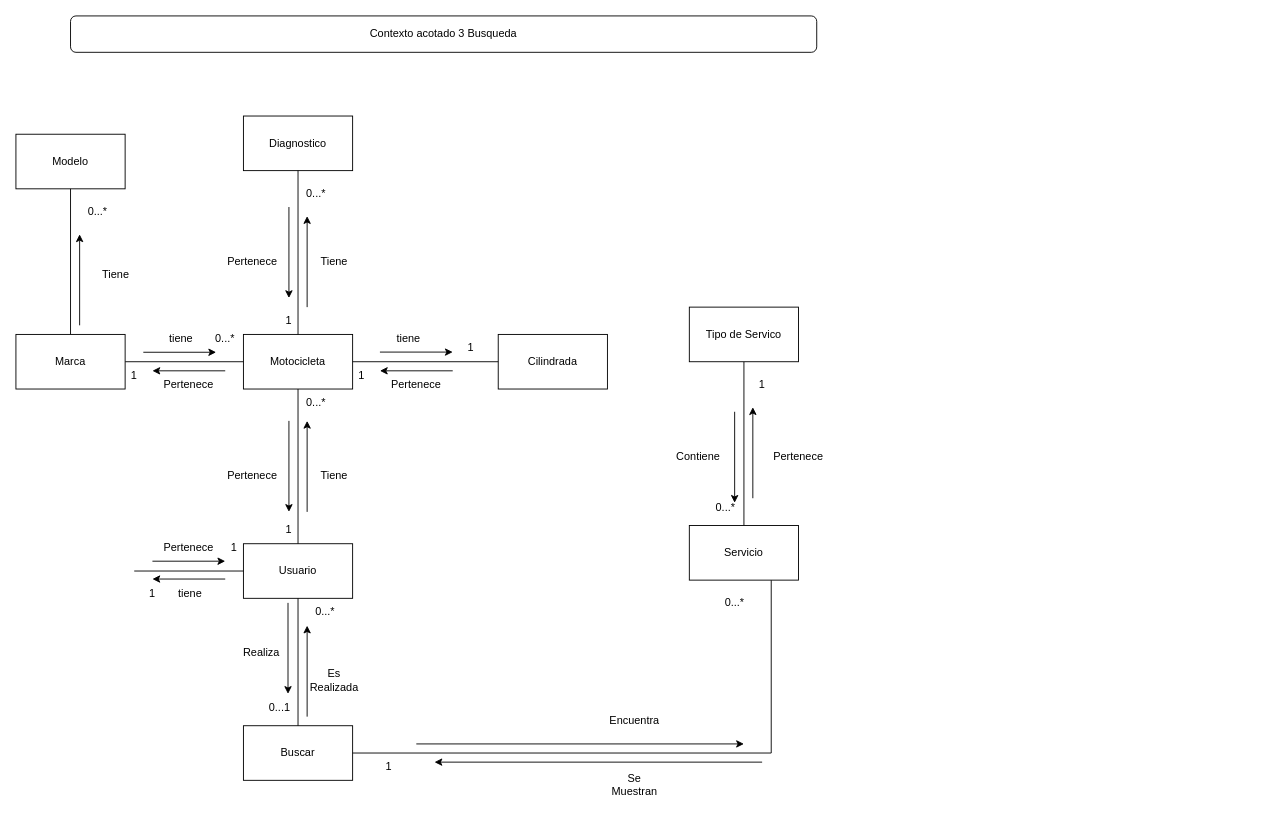
The draw.io diagram contexto acotado 3.drawio in EstebanGitPro/Digramas, before the edit. Source tidied: cells renumbered, new cells numbered last; positions are measured from the earlier drawing's top-left corner, leaving out a move shared by most shapes. Both pictures are drawn from the tidied source at 91%, with x=0, y=0 at pixel (15, 15).
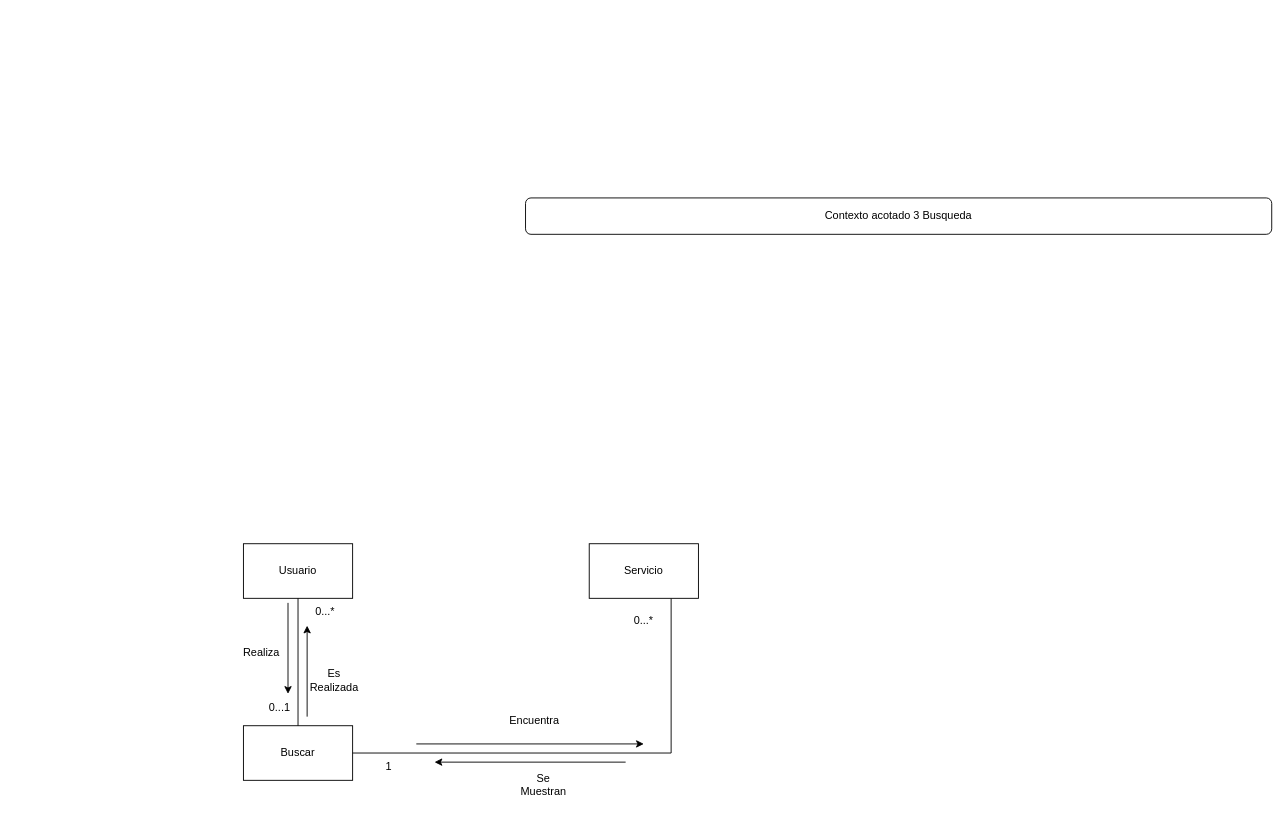
The same page after the edit.

The change refers to these unchanged cells:
```xml
<mxCell id="4" value="Usuario" style="rounded=0;whiteSpace=wrap;html=1;" parent="1" vertex="1">
  <mxGeometry x="250" y="580" width="120" height="60" as="geometry" />
</mxCell>
<mxCell id="5" value="Buscar" style="rounded=0;whiteSpace=wrap;html=1;" parent="1" vertex="1">
  <mxGeometry x="250" y="780" width="120" height="60" as="geometry" />
</mxCell>
```

Change to the diagram source:
```diff
@@
-    <mxCell id="2" value="Motocicleta" style="rounded=0;whiteSpace=wrap;html=1;" parent="1" vertex="1">
-      <mxGeometry x="250" y="350" width="120" height="60" as="geometry" />
-    </mxCell>
-    <mxCell id="3" value="Diagnostico" style="rounded=0;whiteSpace=wrap;html=1;" parent="1" vertex="1">
-      <mxGeometry x="250" y="110" width="120" height="60" as="geometry" />
-    </mxCell>
@@
-    <mxCell id="6" style="endArrow=none;html=1;rounded=0;entryX=0;entryY=0.5;entryDx=0;entryDy=0;exitX=1;exitY=0.5;exitDx=0;exitDy=0;" parent="1" edge="1" target="2">
-      <mxGeometry relative="1" as="geometry">
-        <mxPoint x="120" y="380" as="sourcePoint" />
-      </mxGeometry>
-    </mxCell>
-    <mxCell id="7" style="endArrow=none;html=1;rounded=0;entryX=0.5;entryY=1;entryDx=0;entryDy=0;exitX=0.5;exitY=0;exitDx=0;exitDy=0;" parent="1" edge="1" source="2" target="3">
-      <mxGeometry relative="1" as="geometry" />
-    </mxCell>
-    <mxCell id="8" style="endArrow=none;html=1;rounded=0;entryX=0.5;entryY=1;entryDx=0;entryDy=0;exitX=0.5;exitY=0;exitDx=0;exitDy=0;" parent="1" edge="1" source="4" target="2">
-      <mxGeometry relative="1" as="geometry" />
-    </mxCell>
@@
     <mxCell id="10" style="endArrow=none;html=1;rounded=0;exitX=1;exitY=0.5;exitDx=0;exitDy=0;entryX=0.75;entryY=1;entryDx=0;entryDy=0;" parent="1" edge="1" source="5" target="39">
       <mxGeometry relative="1" as="geometry">
         <Array as="points">
-          <mxPoint x="830" y="810" />
+          <mxPoint x="720" y="810" />
         </Array>
       </mxGeometry>
     </mxCell>
-    <mxCell id="11" style="endArrow=none;html=1;rounded=0;entryX=0.5;entryY=1;entryDx=0;entryDy=0;" parent="1" edge="1">
-      <mxGeometry relative="1" as="geometry">
-        <mxPoint x="800" y="560" as="sourcePoint" />
-        <mxPoint x="800" y="380" as="targetPoint" />
-      </mxGeometry>
-    </mxCell>
-    <mxCell id="12" style="endArrow=classic;html=1;rounded=0;" parent="1" edge="1">
-      <mxGeometry relative="1" as="geometry">
-        <mxPoint x="140" y="369.6" as="sourcePoint" />
-        <mxPoint x="220" y="369.6" as="targetPoint" />
-      </mxGeometry>
-    </mxCell>
-    <mxCell id="13" style="endArrow=classic;html=1;rounded=0;" parent="1" edge="1">
-      <mxGeometry relative="1" as="geometry">
-        <mxPoint x="230" y="390" as="sourcePoint" />
-        <mxPoint x="150" y="390" as="targetPoint" />
-      </mxGeometry>
-    </mxCell>
-    <mxCell id="14" value="Pertenece" style="text;html=1;align=center;verticalAlign=middle;whiteSpace=wrap;rounded=0;" parent="1" vertex="1">
-      <mxGeometry x="160" y="390" width="60" height="30" as="geometry" />
-    </mxCell>
-    <mxCell id="15" value="&amp;nbsp;tiene" style="text;html=1;align=center;verticalAlign=middle;whiteSpace=wrap;rounded=0;" parent="1" vertex="1">
-      <mxGeometry x="150" y="340" width="60" height="30" as="geometry" />
-    </mxCell>
-    <mxCell id="16" value="0...*" style="text;html=1;align=center;verticalAlign=middle;whiteSpace=wrap;rounded=0;" parent="1" vertex="1">
-      <mxGeometry x="200" y="340" width="60" height="30" as="geometry" />
-    </mxCell>
-    <mxCell id="17" value="1" style="text;html=1;align=center;verticalAlign=middle;whiteSpace=wrap;rounded=0;" parent="1" vertex="1">
-      <mxGeometry x="100" y="380" width="60" height="30" as="geometry" />
-    </mxCell>
-    <mxCell id="18" value="Tiene" style="text;html=1;align=center;verticalAlign=middle;whiteSpace=wrap;rounded=0;" parent="1" vertex="1">
-      <mxGeometry x="320" y="490" width="60" height="30" as="geometry" />
-    </mxCell>
-    <mxCell id="19" style="endArrow=classic;html=1;rounded=0;" parent="1" edge="1">
-      <mxGeometry relative="1" as="geometry">
-        <mxPoint x="809.8" y="530" as="sourcePoint" />
-        <mxPoint x="809.8" y="430" as="targetPoint" />
-      </mxGeometry>
-    </mxCell>
-    <mxCell id="20" style="endArrow=classic;html=1;rounded=0;" parent="1" edge="1">
-      <mxGeometry relative="1" as="geometry">
-        <mxPoint x="789.8" y="435" as="sourcePoint" />
-        <mxPoint x="789.8" y="535" as="targetPoint" />
-      </mxGeometry>
-    </mxCell>
-    <mxCell id="21" value="0...*" style="text;html=1;align=center;verticalAlign=middle;whiteSpace=wrap;rounded=0;" parent="1" vertex="1">
-      <mxGeometry x="300" y="180" width="60" height="30" as="geometry" />
-    </mxCell>
-    <mxCell id="22" value="1" style="text;html=1;align=center;verticalAlign=middle;whiteSpace=wrap;rounded=0;" parent="1" vertex="1">
-      <mxGeometry x="270" y="320" width="60" height="30" as="geometry" />
-    </mxCell>
-    <mxCell id="23" style="endArrow=classic;html=1;rounded=0;" parent="1" edge="1">
-      <mxGeometry relative="1" as="geometry">
-        <mxPoint x="320" y="545" as="sourcePoint" />
-        <mxPoint x="320" y="445" as="targetPoint" />
-      </mxGeometry>
-    </mxCell>
-    <mxCell id="24" style="endArrow=classic;html=1;rounded=0;" parent="1" edge="1">
-      <mxGeometry relative="1" as="geometry">
-        <mxPoint x="300" y="445" as="sourcePoint" />
-        <mxPoint x="300" y="545" as="targetPoint" />
-      </mxGeometry>
-    </mxCell>
-    <mxCell id="25" value="0...*" style="text;html=1;align=center;verticalAlign=middle;whiteSpace=wrap;rounded=0;" parent="1" vertex="1">
-      <mxGeometry x="300" y="410" width="60" height="30" as="geometry" />
-    </mxCell>
-    <mxCell id="26" value="Pertenece" style="text;html=1;align=center;verticalAlign=middle;whiteSpace=wrap;rounded=0;" parent="1" vertex="1">
-      <mxGeometry x="230" y="490" width="60" height="30" as="geometry" />
-    </mxCell>
-    <mxCell id="27" value="1" style="text;html=1;align=center;verticalAlign=middle;whiteSpace=wrap;rounded=0;" parent="1" vertex="1">
-      <mxGeometry x="270" y="550" width="60" height="30" as="geometry" />
-    </mxCell>
-    <mxCell id="28" value="0...*" style="text;html=1;align=center;verticalAlign=middle;whiteSpace=wrap;rounded=0;" parent="1" vertex="1">
-      <mxGeometry x="60" y="200" width="60" height="30" as="geometry" />
-    </mxCell>
     <mxCell id="29" value="Se Muestran" style="text;html=1;align=center;verticalAlign=middle;whiteSpace=wrap;rounded=0;" parent="1" vertex="1">
-      <mxGeometry x="650" y="830" width="60" height="30" as="geometry" />
+      <mxGeometry x="550" y="830" width="60" height="30" as="geometry" />
     </mxCell>
     <mxCell id="30" value="Encuentra" style="text;html=1;align=center;verticalAlign=middle;whiteSpace=wrap;rounded=0;" parent="1" vertex="1">
-      <mxGeometry x="650" y="760" width="60" height="30" as="geometry" />
+      <mxGeometry x="540" y="760" width="60" height="30" as="geometry" />
     </mxCell>
     <mxCell id="31" style="endArrow=classic;html=1;rounded=0;" parent="1" edge="1">
       <mxGeometry relative="1" as="geometry">
         <mxPoint x="440" y="800" as="sourcePoint" />
-        <mxPoint x="800" y="800" as="targetPoint" />
+        <mxPoint x="690" y="800" as="targetPoint" />
       </mxGeometry>
     </mxCell>
     <mxCell id="32" style="endArrow=classic;html=1;rounded=0;" parent="1" edge="1">
       <mxGeometry relative="1" as="geometry">
-        <mxPoint x="820" y="820" as="sourcePoint" />
+        <mxPoint x="670" y="820" as="sourcePoint" />
         <mxPoint x="460" y="820" as="targetPoint" />
       </mxGeometry>
     </mxCell>
@@
     <mxCell id="39" value="Servicio" style="rounded=0;whiteSpace=wrap;html=1;" parent="1" vertex="1">
-      <mxGeometry x="740" y="560" width="120" height="60" as="geometry" />
+      <mxGeometry x="630" y="580" width="120" height="60" as="geometry" />
     </mxCell>
-    <mxCell id="40" value="Tipo de Servico" style="rounded=0;whiteSpace=wrap;html=1;" parent="1" vertex="1">
-      <mxGeometry x="740" y="320" width="120" height="60" as="geometry" />
-    </mxCell>
     <mxCell id="41" value="0...*" style="text;html=1;align=center;verticalAlign=middle;whiteSpace=wrap;rounded=0;" parent="1" vertex="1">
-      <mxGeometry x="760" y="630" width="60" height="30" as="geometry" />
+      <mxGeometry x="660" y="650" width="60" height="30" as="geometry" />
     </mxCell>
@@
-    <mxCell id="43" value="Pertenece" style="text;html=1;align=center;verticalAlign=middle;whiteSpace=wrap;rounded=0;" parent="1" vertex="1">
-      <mxGeometry x="830" y="470" width="60" height="30" as="geometry" />
-    </mxCell>
-    <mxCell id="44" value="&lt;div&gt;Contiene&lt;/div&gt;" style="text;html=1;align=center;verticalAlign=middle;whiteSpace=wrap;rounded=0;" parent="1" vertex="1">
-      <mxGeometry x="720" y="470" width="60" height="30" as="geometry" />
-    </mxCell>
-    <mxCell id="45" value="0...*" style="text;html=1;align=center;verticalAlign=middle;whiteSpace=wrap;rounded=0;" parent="1" vertex="1">
-      <mxGeometry x="750" y="530" width="60" height="20" as="geometry" />
-    </mxCell>
-    <mxCell id="46" value="1" style="text;html=1;align=center;verticalAlign=middle;whiteSpace=wrap;rounded=0;" parent="1" vertex="1">
-      <mxGeometry x="790" y="390" width="60" height="30" as="geometry" />
-    </mxCell>
-    <mxCell id="47" value="Tiene" style="text;html=1;align=center;verticalAlign=middle;whiteSpace=wrap;rounded=0;" parent="1" vertex="1">
-      <mxGeometry x="80" y="270" width="60" height="30" as="geometry" />
-    </mxCell>
-    <mxCell id="48" style="endArrow=classic;html=1;rounded=0;" parent="1" edge="1">
-      <mxGeometry relative="1" as="geometry">
-        <mxPoint x="70" y="340" as="sourcePoint" />
-        <mxPoint x="70" y="240" as="targetPoint" />
-      </mxGeometry>
-    </mxCell>
-    <mxCell id="49" value="1" style="text;html=1;align=center;verticalAlign=middle;whiteSpace=wrap;rounded=0;" parent="1" vertex="1">
-      <mxGeometry x="470" y="350" width="60" height="30" as="geometry" />
-    </mxCell>
-    <mxCell id="50" value="Pertenece" style="text;html=1;align=center;verticalAlign=middle;whiteSpace=wrap;rounded=0;" parent="1" vertex="1">
-      <mxGeometry x="410" y="390" width="60" height="30" as="geometry" />
-    </mxCell>
-    <mxCell id="51" value="&amp;nbsp;tiene" style="text;html=1;align=center;verticalAlign=middle;whiteSpace=wrap;rounded=0;" parent="1" vertex="1">
-      <mxGeometry x="400" y="340" width="60" height="30" as="geometry" />
-    </mxCell>
-    <mxCell id="52" style="endArrow=classic;html=1;rounded=0;" parent="1" edge="1">
-      <mxGeometry relative="1" as="geometry">
-        <mxPoint x="400" y="369.4" as="sourcePoint" />
-        <mxPoint x="480" y="369.4" as="targetPoint" />
-      </mxGeometry>
-    </mxCell>
-    <mxCell id="53" style="endArrow=classic;html=1;rounded=0;" parent="1" edge="1">
-      <mxGeometry relative="1" as="geometry">
-        <mxPoint x="480" y="390" as="sourcePoint" />
-        <mxPoint x="400" y="390" as="targetPoint" />
-      </mxGeometry>
-    </mxCell>
-    <mxCell id="54" style="endArrow=none;html=1;rounded=0;entryX=0.5;entryY=1;entryDx=0;entryDy=0;exitX=0.5;exitY=0;exitDx=0;exitDy=0;" parent="1" edge="1">
-      <mxGeometry relative="1" as="geometry">
-        <mxPoint x="60" y="350" as="sourcePoint" />
-        <mxPoint x="60" y="185" as="targetPoint" />
-      </mxGeometry>
-    </mxCell>
-    <mxCell id="55" value="Tiene" style="text;html=1;align=center;verticalAlign=middle;whiteSpace=wrap;rounded=0;" parent="1" vertex="1">
-      <mxGeometry x="320" y="255" width="60" height="30" as="geometry" />
-    </mxCell>
-    <mxCell id="56" style="endArrow=classic;html=1;rounded=0;" parent="1" edge="1">
-      <mxGeometry relative="1" as="geometry">
-        <mxPoint x="320" y="320" as="sourcePoint" />
-        <mxPoint x="320" y="220" as="targetPoint" />
-      </mxGeometry>
-    </mxCell>
-    <mxCell id="57" style="endArrow=classic;html=1;rounded=0;" parent="1" edge="1">
-      <mxGeometry relative="1" as="geometry">
-        <mxPoint x="300" y="210" as="sourcePoint" />
-        <mxPoint x="300" y="310" as="targetPoint" />
-      </mxGeometry>
-    </mxCell>
-    <mxCell id="58" value="Pertenece" style="text;html=1;align=center;verticalAlign=middle;whiteSpace=wrap;rounded=0;" parent="1" vertex="1">
-      <mxGeometry x="230" y="255" width="60" height="30" as="geometry" />
-    </mxCell>
-    <mxCell id="59" value="Marca" style="rounded=0;whiteSpace=wrap;html=1;" parent="1" vertex="1">
-      <mxGeometry y="350" width="120" height="60" as="geometry" />
-    </mxCell>
-    <mxCell id="60" value="Modelo" style="rounded=0;whiteSpace=wrap;html=1;" parent="1" vertex="1">
-      <mxGeometry y="130" width="120" height="60" as="geometry" />
-    </mxCell>
-    <mxCell id="61" value="Cilindrada" style="rounded=0;whiteSpace=wrap;html=1;" parent="1" vertex="1">
-      <mxGeometry x="530" y="350" width="120" height="60" as="geometry" />
-    </mxCell>
-    <mxCell id="62" style="endArrow=none;html=1;rounded=0;entryX=1;entryY=1;entryDx=0;entryDy=0;exitX=1;exitY=0.5;exitDx=0;exitDy=0;" parent="1" edge="1" source="2" target="49">
-      <mxGeometry relative="1" as="geometry" />
-    </mxCell>
-    <mxCell id="63" value="1" style="text;html=1;align=center;verticalAlign=middle;whiteSpace=wrap;rounded=0;" parent="1" vertex="1">
-      <mxGeometry x="350" y="380" width="60" height="30" as="geometry" />
-    </mxCell>
-    <mxCell id="64" style="endArrow=none;html=1;rounded=0;entryX=0;entryY=0.5;entryDx=0;entryDy=0;exitX=1;exitY=0.5;exitDx=0;exitDy=0;" parent="1" edge="1" target="4">
-      <mxGeometry relative="1" as="geometry">
-        <mxPoint x="130" y="610" as="sourcePoint" />
-      </mxGeometry>
-    </mxCell>
-    <mxCell id="65" value="Pertenece" style="text;html=1;align=center;verticalAlign=middle;whiteSpace=wrap;rounded=0;" parent="1" vertex="1">
-      <mxGeometry x="160" y="570" width="60" height="30" as="geometry" />
-    </mxCell>
-    <mxCell id="66" value="&amp;nbsp;tiene" style="text;html=1;align=center;verticalAlign=middle;whiteSpace=wrap;rounded=0;" parent="1" vertex="1">
-      <mxGeometry x="160" y="620" width="60" height="30" as="geometry" />
-    </mxCell>
-    <mxCell id="67" style="endArrow=classic;html=1;rounded=0;" parent="1" edge="1">
-      <mxGeometry relative="1" as="geometry">
-        <mxPoint x="150" y="599.2" as="sourcePoint" />
-        <mxPoint x="230" y="599.2" as="targetPoint" />
-      </mxGeometry>
-    </mxCell>
-    <mxCell id="68" style="endArrow=classic;html=1;rounded=0;" parent="1" edge="1">
-      <mxGeometry relative="1" as="geometry">
-        <mxPoint x="230" y="618.8" as="sourcePoint" />
-        <mxPoint x="150" y="618.8" as="targetPoint" />
-      </mxGeometry>
-    </mxCell>
-    <mxCell id="69" value="1" style="text;html=1;align=center;verticalAlign=middle;whiteSpace=wrap;rounded=0;" parent="1" vertex="1">
-      <mxGeometry x="210" y="570" width="60" height="30" as="geometry" />
-    </mxCell>
-    <mxCell id="70" value="1" style="text;html=1;align=center;verticalAlign=middle;whiteSpace=wrap;rounded=0;" parent="1" vertex="1">
-      <mxGeometry x="120" y="620" width="60" height="30" as="geometry" />
-    </mxCell>
     <mxCell id="71" value="Contexto acotado 3 Busqueda" style="rounded=1;whiteSpace=wrap;html=1;" parent="1" vertex="1">
-      <mxGeometry x="60" width="820" height="40" as="geometry" />
+      <mxGeometry x="560" y="200" width="820" height="40" as="geometry" />
     </mxCell>
```
